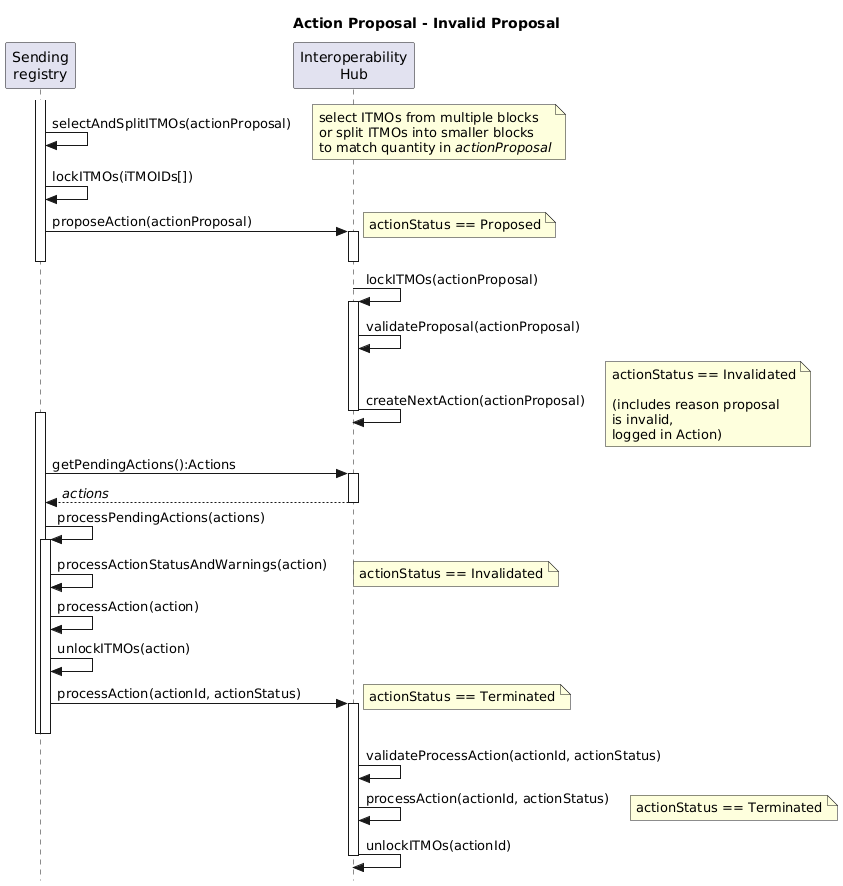
Before: diagrams/actionProposal_Invalid_Sequence.png, a diagram exported from PlantUML (frankcnng/CARP).
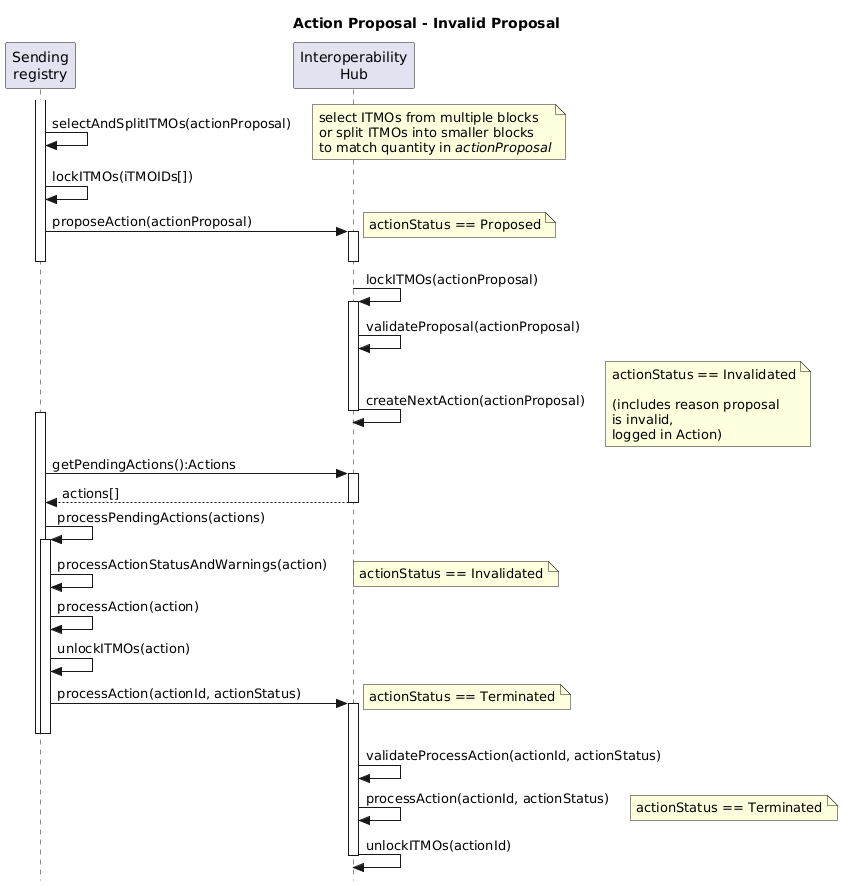
The same diagram one commit later.

Commit message:
Commit from GitHub Actions (Run linters and build artifacts)

The edit, as a diff of the source:
```diff
@@ -24,7 +24,7 @@
 
   activate Sender
   Sender -> Hub++ : getPendingActions():Actions
-  Sender <-- Hub: //actions//
+  Sender <-- Hub: actions[]
   deactivate Hub
 
   Sender -> Sender: processPendingActions(actions)
```
